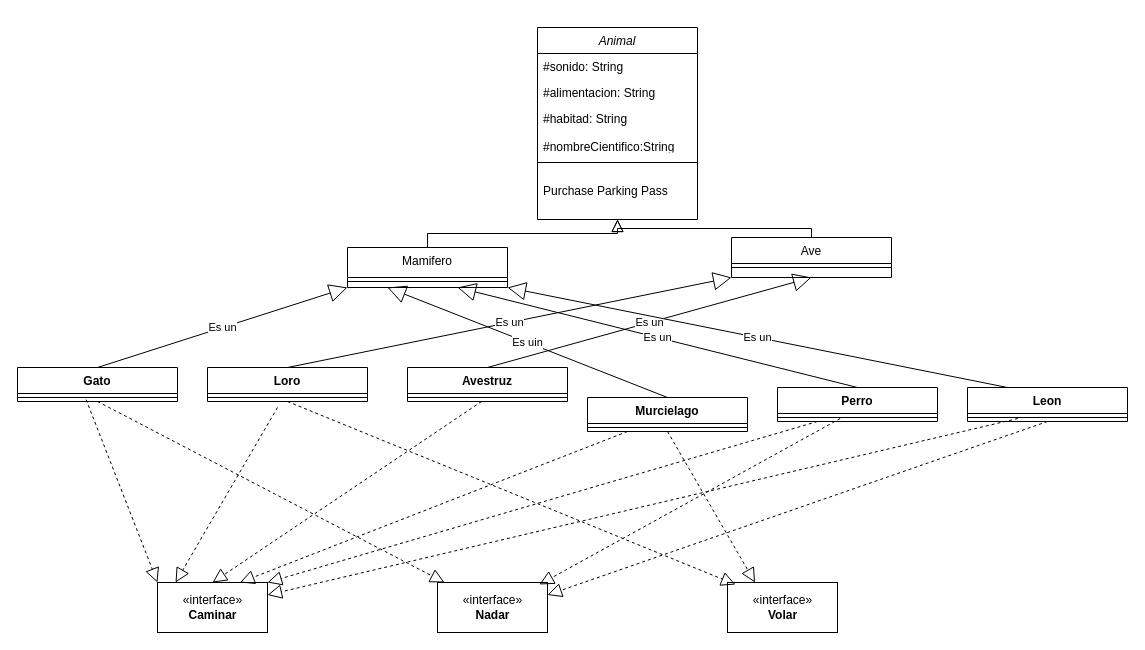
This is Untitled Diagram.drawio from Martin0506/Actividad5, a draw.io file, before an edit. Source tidied: cells renumbered, new cells numbered last; positions are measured from the earlier drawing's top-left corner, leaving out a move shared by most shapes. Both pictures are drawn from the tidied source at 100%, with x=0, y=0 at pixel (17, 27).
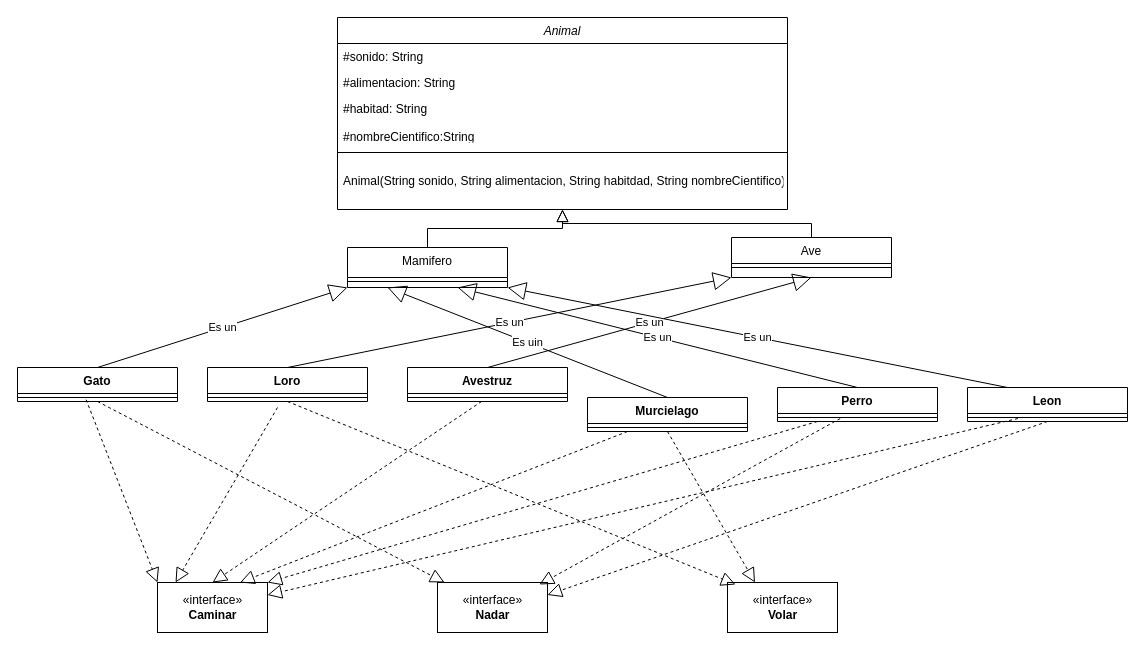
After the change.

What changed in the source:
```diff
@@
     <mxCell id="2" value="Animal" style="swimlane;fontStyle=2;align=center;verticalAlign=top;horizontal=1;startSize=26;rounded=0;shadow=0;strokeWidth=1;" parent="1" vertex="1">
-      <mxGeometry x="520" width="160" height="192" as="geometry" />
+      <mxGeometry x="320" y="-10" width="450" height="192" as="geometry" />
     </mxCell>
     <mxCell id="3" value="#sonido: String" style="text;align=left;verticalAlign=top;spacingLeft=4;spacingRight=4;overflow=hidden;" parent="2" vertex="1">
-      <mxGeometry y="26" width="160" height="26" as="geometry" />
+      <mxGeometry y="26" width="450" height="26" as="geometry" />
     </mxCell>
     <mxCell id="4" value="#alimentacion: String" style="text;align=left;verticalAlign=top;spacingLeft=4;spacingRight=4;overflow=hidden;rounded=0;shadow=0;html=0;" parent="2" vertex="1">
-      <mxGeometry y="52" width="160" height="26" as="geometry" />
+      <mxGeometry y="52" width="450" height="26" as="geometry" />
     </mxCell>
     <mxCell id="5" value="#habitad: String&#10;&#10;#nombreCientifico:String" style="text;align=left;verticalAlign=top;spacingLeft=4;spacingRight=4;overflow=hidden;rounded=0;shadow=0;html=0;" parent="2" vertex="1">
-      <mxGeometry y="78" width="160" height="42" as="geometry" />
+      <mxGeometry y="78" width="450" height="42" as="geometry" />
     </mxCell>
     <mxCell id="6" style="line;html=1;strokeWidth=1;align=left;verticalAlign=middle;spacingTop=-1;spacingLeft=3;spacingRight=3;labelPosition=right;" parent="2" vertex="1">
-      <mxGeometry y="120" width="160" height="30" as="geometry" />
+      <mxGeometry y="120" width="450" height="30" as="geometry" />
     </mxCell>
-    <mxCell id="7" value="Purchase Parking Pass" style="text;align=left;verticalAlign=top;spacingLeft=4;spacingRight=4;overflow=hidden;" parent="2" vertex="1">
-      <mxGeometry y="150" width="160" height="26" as="geometry" />
+    <mxCell id="7" value="Animal(String sonido, String alimentacion, String habitdad, String nombreCientifico)" style="text;align=left;verticalAlign=top;spacingLeft=4;spacingRight=4;overflow=hidden;" parent="2" vertex="1">
+      <mxGeometry y="150" width="450" height="26" as="geometry" />
     </mxCell>
```
